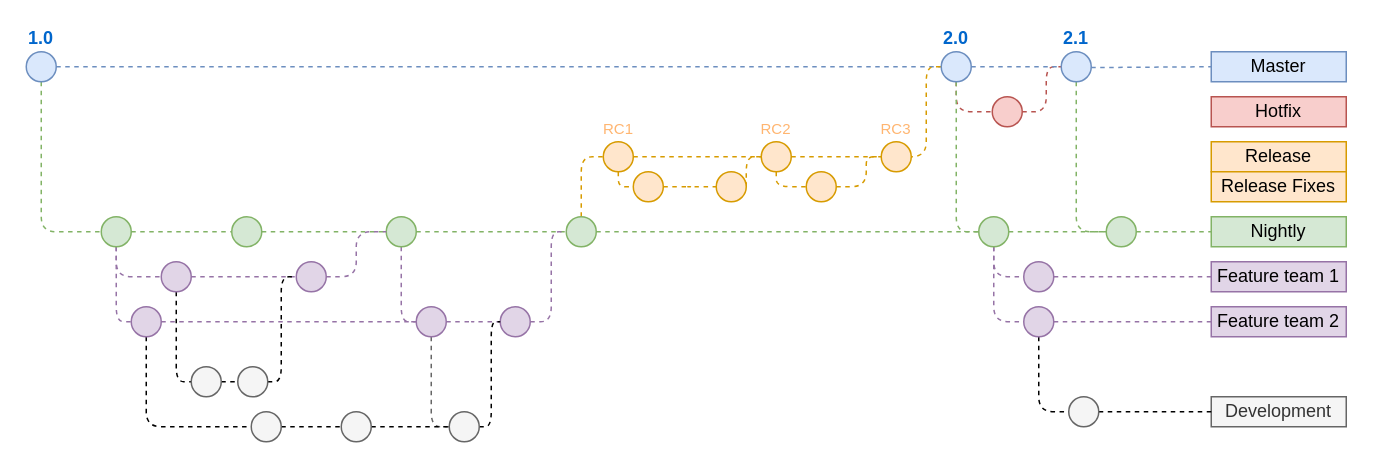
This is git图2.drawio from warmsheep/my-example, a draw.io file, before an edit. Source tidied: cells renumbered, new cells numbered last; positions are measured from the earlier drawing's top-left corner, leaving out a move shared by most shapes. Both pictures are drawn from the tidied source at 150%, with x=0, y=0 at pixel (26, 51).
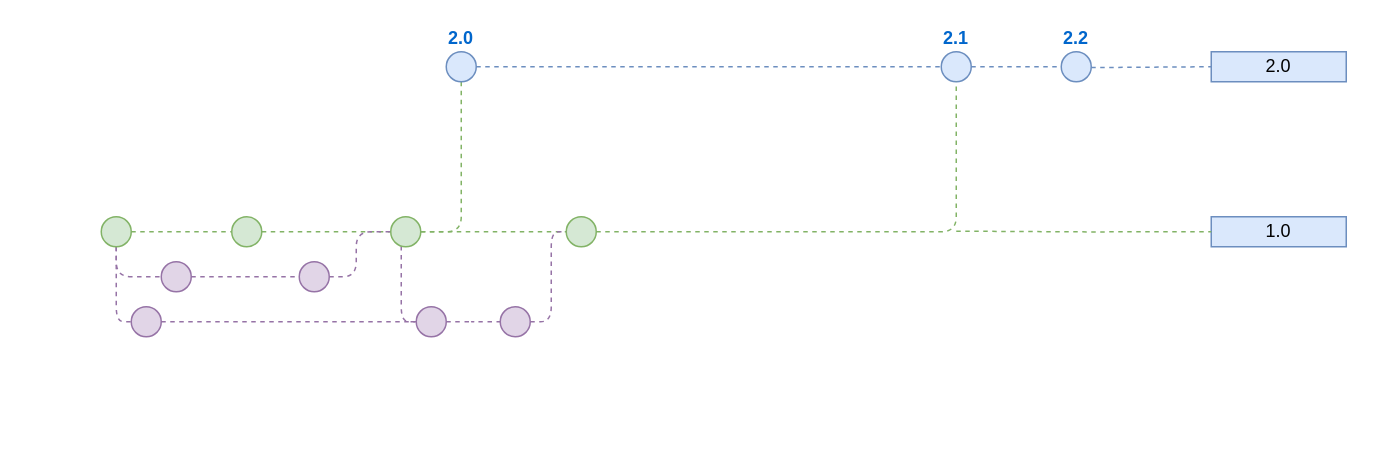
After the change.

The change refers to these unchanged cells:
```xml
<mxCell id="16" style="ellipse;whiteSpace=wrap;html=1;fillColor=#d5e8d4;strokeColor=#82b366;" parent="1" vertex="1">
  <mxGeometry x="50" y="110" width="20" height="20" as="geometry" />
</mxCell>
<mxCell id="24" style="ellipse;whiteSpace=wrap;html=1;fillColor=#d5e8d4;strokeColor=#82b366;" parent="1" vertex="1">
  <mxGeometry x="360" y="110" width="20" height="20" as="geometry" />
</mxCell>
<mxCell id="40" style="ellipse;whiteSpace=wrap;html=1;fontSize=10;fillColor=#e1d5e7;strokeColor=#9673a6;" parent="1" vertex="1">
  <mxGeometry x="70" y="170" width="20" height="20" as="geometry" />
</mxCell>
<mxCell id="43" style="ellipse;whiteSpace=wrap;html=1;fontSize=10;fillColor=#e1d5e7;strokeColor=#9673a6;" parent="1" vertex="1">
  <mxGeometry x="260" y="170" width="20" height="20" as="geometry" />
</mxCell>
<mxCell id="47" style="ellipse;whiteSpace=wrap;html=1;fontSize=10;fillColor=#e1d5e7;strokeColor=#9673a6;" parent="1" vertex="1">
  <mxGeometry x="316" y="170" width="20" height="20" as="geometry" />
</mxCell>
<mxCell id="80" style="ellipse;whiteSpace=wrap;html=1;fontSize=10;fillColor=#e1d5e7;strokeColor=#9673a6;" parent="1" vertex="1">
  <mxGeometry x="90" y="140" width="20" height="20" as="geometry" />
</mxCell>
```

The edit, as a diff of the source:
```diff
@@
-    <mxCell id="3" style="edgeStyle=orthogonalEdgeStyle;rounded=1;jettySize=auto;html=1;dashed=1;endArrow=none;endFill=0;fillColor=#d5e8d4;strokeColor=#82b366;" parent="1" edge="1" source="4" target="16">
+    <mxCell id="3" style="edgeStyle=orthogonalEdgeStyle;rounded=1;jettySize=auto;html=1;dashed=1;endArrow=none;endFill=0;fillColor=#d5e8d4;strokeColor=#82b366;entryX=1;entryY=0.5;entryDx=0;entryDy=0;exitX=0.5;exitY=1;exitDx=0;exitDy=0;" parent="1" edge="1" source="4" target="21">
       <mxGeometry relative="1" as="geometry">
         <Array as="points">
-          <mxPoint x="10" y="120" />
+          <mxPoint x="290" y="120" />
         </Array>
       </mxGeometry>
     </mxCell>
-    <mxCell id="4" value="1.0" style="ellipse;whiteSpace=wrap;html=1;fillColor=#dae8fc;strokeColor=#6c8ebf;fontStyle=1;labelPosition=center;verticalLabelPosition=top;align=center;verticalAlign=bottom;fontColor=#0066CC;" parent="1" vertex="1">
-      <mxGeometry width="20" height="20" as="geometry" />
+    <mxCell id="4" value="2.0" style="ellipse;whiteSpace=wrap;html=1;fillColor=#dae8fc;strokeColor=#6c8ebf;fontStyle=1;labelPosition=center;verticalLabelPosition=top;align=center;verticalAlign=bottom;fontColor=#0066CC;" parent="1" vertex="1">
+      <mxGeometry x="280" width="20" height="20" as="geometry" />
     </mxCell>
-    <mxCell id="5" value="Master" style="text;html=1;strokeColor=#6c8ebf;fillColor=#dae8fc;align=center;verticalAlign=middle;whiteSpace=wrap;rounded=0;" parent="1" vertex="1">
+    <mxCell id="5" value="2.0" style="text;html=1;strokeColor=#6c8ebf;fillColor=#dae8fc;align=center;verticalAlign=middle;whiteSpace=wrap;rounded=0;" parent="1" vertex="1">
       <mxGeometry x="790" width="90" height="20" as="geometry" />
     </mxCell>
-    <mxCell id="6" style="endArrow=none;dashed=1;html=1;fillColor=#f8cecc;strokeColor=#b85450;entryX=0;entryY=0.5;entryDx=0;entryDy=0;endFill=0;" parent="1" edge="1" source="8" target="9">
-      <mxGeometry relative="1" as="geometry">
-        <Array as="points">
-          <mxPoint x="680" y="40" />
-          <mxPoint x="680" y="10" />
-        </Array>
-      </mxGeometry>
-    </mxCell>
-    <mxCell id="7" style="edgeStyle=orthogonalEdgeStyle;rounded=1;jettySize=auto;html=1;dashed=1;endArrow=none;endFill=0;fontSize=12;fontColor=#FFB570;fillColor=#d5e8d4;strokeColor=#82b366;entryX=0;entryY=0.5;entryDx=0;entryDy=0;exitX=0.5;exitY=1;exitDx=0;exitDy=0;" parent="1" edge="1" source="9" target="70">
-      <mxGeometry relative="1" as="geometry">
-        <Array as="points">
-          <mxPoint x="700" y="120" />
-        </Array>
-      </mxGeometry>
-    </mxCell>
-    <mxCell id="8" style="ellipse;whiteSpace=wrap;html=1;fillColor=#f8cecc;strokeColor=#b85450;" parent="1" vertex="1">
-      <mxGeometry x="644" y="30" width="20" height="20" as="geometry" />
-    </mxCell>
-    <mxCell id="9" value="2.1" style="ellipse;whiteSpace=wrap;html=1;fillColor=#dae8fc;strokeColor=#6c8ebf;fontStyle=1;labelPosition=center;verticalLabelPosition=top;align=center;verticalAlign=bottom;fontColor=#0066CC;" parent="1" vertex="1">
+    <mxCell id="9" value="2.2" style="ellipse;whiteSpace=wrap;html=1;fillColor=#dae8fc;strokeColor=#6c8ebf;fontStyle=1;labelPosition=center;verticalLabelPosition=top;align=center;verticalAlign=bottom;fontColor=#0066CC;" parent="1" vertex="1">
       <mxGeometry x="690" width="20" height="20" as="geometry" />
     </mxCell>
@@
-    <mxCell id="11" style="edgeStyle=orthogonalEdgeStyle;rounded=1;jettySize=auto;html=1;fillColor=#f8cecc;strokeColor=#b85450;dashed=1;endArrow=none;endFill=0;" parent="1" edge="1" source="27" target="8">
-      <mxGeometry relative="1" as="geometry">
-        <Array as="points">
-          <mxPoint x="620" y="40" />
-        </Array>
-      </mxGeometry>
-    </mxCell>
-    <mxCell id="12" value="Hotfix" style="text;html=1;strokeColor=#b85450;fillColor=#f8cecc;align=center;verticalAlign=middle;whiteSpace=wrap;rounded=0;" parent="1" vertex="1">
-      <mxGeometry x="790" y="30" width="90" height="20" as="geometry" />
-    </mxCell>
-    <mxCell id="13" style="edgeStyle=orthogonalEdgeStyle;rounded=1;jettySize=auto;html=1;dashed=1;endArrow=none;endFill=0;fillColor=#d5e8d4;strokeColor=#82b366;" parent="1" edge="1" source="70" target="17">
-      <mxGeometry relative="1" as="geometry" />
-    </mxCell>
@@
-    <mxCell id="17" value="Nightly" style="text;html=1;strokeColor=#82b366;fillColor=#d5e8d4;align=center;verticalAlign=middle;whiteSpace=wrap;rounded=0;" parent="1" vertex="1">
-      <mxGeometry x="790" y="110" width="90" height="20" as="geometry" />
-    </mxCell>
@@
     <mxCell id="21" style="ellipse;whiteSpace=wrap;html=1;fillColor=#d5e8d4;strokeColor=#82b366;" parent="1" vertex="1">
-      <mxGeometry x="240" y="110" width="20" height="20" as="geometry" />
+      <mxGeometry x="243" y="110" width="20" height="20" as="geometry" />
     </mxCell>
@@
-    <mxCell id="23" style="edgeStyle=orthogonalEdgeStyle;rounded=1;jettySize=auto;html=1;dashed=1;endArrow=none;endFill=0;fontSize=10;fontColor=#FFB570;fillColor=#ffe6cc;strokeColor=#d79b00;" parent="1" edge="1" source="24" target="33">
-      <mxGeometry relative="1" as="geometry">
-        <Array as="points">
-          <mxPoint x="370" y="70" />
-        </Array>
-      </mxGeometry>
-    </mxCell>
@@
-    <mxCell id="26" style="edgeStyle=orthogonalEdgeStyle;rounded=1;jettySize=auto;html=1;entryX=0;entryY=0.5;entryDx=0;entryDy=0;dashed=1;fillColor=#d5e8d4;strokeColor=#82b366;endArrow=none;endFill=0;" parent="1" edge="1" source="27" target="67">
-      <mxGeometry relative="1" as="geometry">
-        <Array as="points">
-          <mxPoint x="620" y="120" />
-        </Array>
-      </mxGeometry>
-    </mxCell>
-    <mxCell id="27" value="2.0" style="ellipse;whiteSpace=wrap;html=1;fillColor=#dae8fc;strokeColor=#6c8ebf;fontStyle=1;labelPosition=center;verticalLabelPosition=top;align=center;verticalAlign=bottom;fontColor=#0066CC;" parent="1" vertex="1">
+    <mxCell id="27" value="2.1" style="ellipse;whiteSpace=wrap;html=1;fillColor=#dae8fc;strokeColor=#6c8ebf;fontStyle=1;labelPosition=center;verticalLabelPosition=top;align=center;verticalAlign=bottom;fontColor=#0066CC;" parent="1" vertex="1">
       <mxGeometry x="610" width="20" height="20" as="geometry" />
     </mxCell>
@@
-    <mxCell id="29" style="edgeStyle=orthogonalEdgeStyle;rounded=1;jettySize=auto;html=1;dashed=1;endArrow=none;endFill=0;fontSize=10;fontColor=#FFB570;fillColor=#ffe6cc;strokeColor=#d79b00;" parent="1" edge="1" source="31" target="27">
-      <mxGeometry relative="1" as="geometry">
-        <Array as="points">
-          <mxPoint x="600" y="70" />
-          <mxPoint x="600" y="10" />
-        </Array>
-      </mxGeometry>
-    </mxCell>
-    <mxCell id="30" style="edgeStyle=orthogonalEdgeStyle;rounded=1;jettySize=auto;html=1;dashed=1;endArrow=none;endFill=0;fontSize=12;fontColor=#FFB570;entryX=0;entryY=0.5;entryDx=0;entryDy=0;fillColor=#ffe6cc;strokeColor=#d79b00;" parent="1" edge="1" source="31" target="73">
-      <mxGeometry relative="1" as="geometry">
-        <Array as="points">
-          <mxPoint x="500" y="90" />
-        </Array>
-      </mxGeometry>
-    </mxCell>
-    <mxCell id="31" value="RC2" style="ellipse;whiteSpace=wrap;html=1;fontSize=10;labelPosition=center;verticalLabelPosition=top;align=center;verticalAlign=bottom;fillColor=#ffe6cc;strokeColor=#d79b00;fontColor=#FFB570;" parent="1" vertex="1">
-      <mxGeometry x="490" y="60" width="20" height="20" as="geometry" />
-    </mxCell>
-    <mxCell id="32" style="edgeStyle=orthogonalEdgeStyle;rounded=1;jettySize=auto;html=1;dashed=1;endArrow=none;endFill=0;fontSize=10;fontColor=#FFB570;fillColor=#ffe6cc;strokeColor=#d79b00;" parent="1" edge="1" source="33" target="31">
-      <mxGeometry relative="1" as="geometry" />
-    </mxCell>
-    <mxCell id="33" value="RC1" style="ellipse;whiteSpace=wrap;html=1;fontSize=10;labelPosition=center;verticalLabelPosition=top;align=center;verticalAlign=bottom;fillColor=#ffe6cc;strokeColor=#d79b00;fontColor=#FFB570;" parent="1" vertex="1">
-      <mxGeometry x="384.7" y="60" width="20" height="20" as="geometry" />
-    </mxCell>
-    <mxCell id="34" value="Release" style="text;html=1;strokeColor=#d79b00;fillColor=#ffe6cc;align=center;verticalAlign=middle;whiteSpace=wrap;rounded=0;fontSize=12;" parent="1" vertex="1">
-      <mxGeometry x="790" y="60" width="90" height="20" as="geometry" />
-    </mxCell>
@@
-    <mxCell id="36" style="edgeStyle=orthogonalEdgeStyle;rounded=1;jettySize=auto;html=1;dashed=1;endArrow=none;endFill=0;fontSize=12;fontColor=#FFB570;jumpStyle=arc;jumpSize=6;" parent="1" edge="1" source="80" target="45">
-      <mxGeometry relative="1" as="geometry">
-        <Array as="points">
-          <mxPoint x="100" y="220" />
-        </Array>
-      </mxGeometry>
-    </mxCell>
@@
     <mxCell id="38" style="ellipse;whiteSpace=wrap;html=1;fontSize=10;fillColor=#e1d5e7;strokeColor=#9673a6;" parent="1" vertex="1">
-      <mxGeometry x="180" y="140" width="20" height="20" as="geometry" />
+      <mxGeometry x="182" y="140" width="20" height="20" as="geometry" />
     </mxCell>
-    <mxCell id="39" style="edgeStyle=orthogonalEdgeStyle;rounded=1;jettySize=auto;html=1;dashed=1;endArrow=none;endFill=0;fontSize=12;fontColor=#FFB570;" parent="1" edge="1" source="40" target="54">
-      <mxGeometry relative="1" as="geometry">
-        <Array as="points">
-          <mxPoint x="80" y="250" />
-        </Array>
-      </mxGeometry>
-    </mxCell>
@@
-    <mxCell id="42" style="edgeStyle=orthogonalEdgeStyle;rounded=1;jettySize=auto;html=1;dashed=1;endArrow=none;endFill=0;fontSize=12;fontColor=#FFB570;fillColor=#f5f5f5;strokeColor=#666666;" parent="1" edge="1" source="43" target="58">
-      <mxGeometry relative="1" as="geometry">
-        <Array as="points">
-          <mxPoint x="270" y="250" />
-        </Array>
-      </mxGeometry>
-    </mxCell>
@@
-    <mxCell id="44" style="edgeStyle=orthogonalEdgeStyle;rounded=1;jettySize=auto;html=1;exitX=1;exitY=0.5;exitDx=0;exitDy=0;entryX=0;entryY=0.5;entryDx=0;entryDy=0;dashed=1;endArrow=none;endFill=0;fontSize=12;fontColor=#FFB570;" parent="1" edge="1" source="45" target="52">
-      <mxGeometry relative="1" as="geometry" />
-    </mxCell>
-    <mxCell id="45" style="ellipse;whiteSpace=wrap;html=1;fontSize=10;fontColor=#333333;fillColor=#f5f5f5;strokeColor=#666666;" parent="1" vertex="1">
-      <mxGeometry x="110" y="210" width="20" height="20" as="geometry" />
-    </mxCell>
@@
-    <mxCell id="48" style="edgeStyle=orthogonalEdgeStyle;rounded=1;jettySize=auto;html=1;dashed=1;endArrow=none;endFill=0;fillColor=#d5e8d4;strokeColor=#82b366;" parent="1" edge="1" source="24" target="67">
+    <mxCell id="48" style="edgeStyle=orthogonalEdgeStyle;rounded=1;jettySize=auto;html=1;dashed=1;endArrow=none;endFill=0;fillColor=#d5e8d4;strokeColor=#82b366;entryX=0.5;entryY=1;entryDx=0;entryDy=0;" parent="1" edge="1" source="24" target="27">
       <mxGeometry relative="1" as="geometry" />
     </mxCell>
-    <mxCell id="49" value="Feature team 1" style="text;html=1;strokeColor=#9673a6;fillColor=#e1d5e7;align=center;verticalAlign=middle;whiteSpace=wrap;rounded=0;" parent="1" vertex="1">
-      <mxGeometry x="790" y="140" width="90" height="20" as="geometry" />
-    </mxCell>
-    <mxCell id="50" value="Feature team 2" style="text;html=1;strokeColor=#9673a6;fillColor=#e1d5e7;align=center;verticalAlign=middle;whiteSpace=wrap;rounded=0;" parent="1" vertex="1">
-      <mxGeometry x="790" y="170" width="90" height="20" as="geometry" />
-    </mxCell>
-    <mxCell id="51" style="edgeStyle=orthogonalEdgeStyle;rounded=1;jettySize=auto;html=1;dashed=1;endArrow=none;endFill=0;fontSize=12;fontColor=#FFB570;jumpStyle=arc;entryX=0;entryY=0.5;entryDx=0;entryDy=0;" parent="1" edge="1" source="52" target="38">
-      <mxGeometry relative="1" as="geometry">
-        <Array as="points">
-          <mxPoint x="170" y="220" />
-          <mxPoint x="170" y="150" />
-        </Array>
-      </mxGeometry>
-    </mxCell>
-    <mxCell id="52" style="ellipse;whiteSpace=wrap;html=1;fontSize=10;fontColor=#333333;fillColor=#f5f5f5;strokeColor=#666666;" parent="1" vertex="1">
-      <mxGeometry x="141" y="210" width="20" height="20" as="geometry" />
-    </mxCell>
-    <mxCell id="53" style="edgeStyle=orthogonalEdgeStyle;rounded=1;jettySize=auto;html=1;dashed=1;endArrow=none;endFill=0;fontSize=12;fontColor=#FFB570;" parent="1" edge="1" source="54" target="56">
-      <mxGeometry relative="1" as="geometry" />
-    </mxCell>
-    <mxCell id="54" style="ellipse;whiteSpace=wrap;html=1;fontSize=10;fontColor=#333333;fillColor=#f5f5f5;strokeColor=#666666;" parent="1" vertex="1">
-      <mxGeometry x="150" y="240" width="20" height="20" as="geometry" />
-    </mxCell>
-    <mxCell id="55" style="edgeStyle=orthogonalEdgeStyle;rounded=1;jettySize=auto;html=1;dashed=1;endArrow=none;endFill=0;fontSize=12;fontColor=#FFB570;" parent="1" edge="1" source="56" target="58">
-      <mxGeometry relative="1" as="geometry" />
-    </mxCell>
-    <mxCell id="56" style="ellipse;whiteSpace=wrap;html=1;fontSize=10;fontColor=#333333;fillColor=#f5f5f5;strokeColor=#666666;" parent="1" vertex="1">
-      <mxGeometry x="210" y="240" width="20" height="20" as="geometry" />
-    </mxCell>
-    <mxCell id="57" style="edgeStyle=orthogonalEdgeStyle;rounded=1;jettySize=auto;html=1;dashed=1;endArrow=none;endFill=0;fontSize=12;fontColor=#FFB570;entryX=0;entryY=0.5;entryDx=0;entryDy=0;" parent="1" edge="1" source="58" target="47">
-      <mxGeometry relative="1" as="geometry">
-        <Array as="points">
-          <mxPoint x="310" y="250" />
-          <mxPoint x="310" y="180" />
-        </Array>
-      </mxGeometry>
-    </mxCell>
-    <mxCell id="58" style="ellipse;whiteSpace=wrap;html=1;fontSize=10;fontColor=#333333;fillColor=#f5f5f5;strokeColor=#666666;" parent="1" vertex="1">
-      <mxGeometry x="282" y="240" width="20" height="20" as="geometry" />
-    </mxCell>
-    <mxCell id="59" style="edgeStyle=orthogonalEdgeStyle;rounded=1;jettySize=auto;html=1;dashed=1;endArrow=none;endFill=0;fontSize=12;fontColor=#FFB570;fillColor=#ffe6cc;strokeColor=#d79b00;" parent="1" edge="1" source="60" target="63">
-      <mxGeometry relative="1" as="geometry" />
-    </mxCell>
-    <mxCell id="60" style="ellipse;whiteSpace=wrap;html=1;fontSize=10;fillColor=#ffe6cc;strokeColor=#d79b00;" parent="1" vertex="1">
-      <mxGeometry x="404.7" y="80" width="20" height="20" as="geometry" />
-    </mxCell>
-    <mxCell id="61" value="Development" style="text;html=1;strokeColor=#666666;fillColor=#f5f5f5;align=center;verticalAlign=middle;whiteSpace=wrap;rounded=0;fontColor=#333333;" parent="1" vertex="1">
-      <mxGeometry x="790" y="230" width="90" height="20" as="geometry" />
-    </mxCell>
-    <mxCell id="62" style="edgeStyle=orthogonalEdgeStyle;rounded=1;jettySize=auto;html=1;dashed=1;endArrow=none;endFill=0;fontSize=12;fontColor=#FFB570;fillColor=#ffe6cc;strokeColor=#d79b00;entryX=0;entryY=0.5;entryDx=0;entryDy=0;" parent="1" edge="1" source="63" target="31">
-      <mxGeometry relative="1" as="geometry">
-        <Array as="points">
-          <mxPoint x="480" y="90" />
-          <mxPoint x="480" y="70" />
-        </Array>
-      </mxGeometry>
-    </mxCell>
-    <mxCell id="63" style="ellipse;whiteSpace=wrap;html=1;fontSize=10;fillColor=#ffe6cc;strokeColor=#d79b00;" parent="1" vertex="1">
-      <mxGeometry x="460" y="80" width="20" height="20" as="geometry" />
-    </mxCell>
-    <mxCell id="64" style="edgeStyle=orthogonalEdgeStyle;rounded=1;jettySize=auto;html=1;dashed=1;endArrow=none;endFill=0;fontSize=12;fontColor=#FFB570;fillColor=#ffe6cc;strokeColor=#d79b00;" parent="1" edge="1" source="33" target="60">
-      <mxGeometry relative="1" as="geometry">
-        <Array as="points">
-          <mxPoint x="395" y="90" />
-        </Array>
-      </mxGeometry>
-    </mxCell>
-    <mxCell id="65" style="edgeStyle=orthogonalEdgeStyle;rounded=1;jettySize=auto;html=1;dashed=1;endArrow=none;endFill=0;fontSize=12;fontColor=#FFB570;fillColor=#e1d5e7;strokeColor=#9673a6;" parent="1" edge="1" source="67" target="76">
-      <mxGeometry relative="1" as="geometry">
-        <Array as="points">
-          <mxPoint x="645" y="150" />
-        </Array>
-      </mxGeometry>
-    </mxCell>
-    <mxCell id="66" style="edgeStyle=orthogonalEdgeStyle;rounded=1;jettySize=auto;html=1;dashed=1;endArrow=none;endFill=0;fontSize=12;fontColor=#FFB570;fillColor=#e1d5e7;strokeColor=#9673a6;" parent="1" edge="1" source="67" target="79">
-      <mxGeometry relative="1" as="geometry">
-        <Array as="points">
-          <mxPoint x="645" y="180" />
-        </Array>
-      </mxGeometry>
-    </mxCell>
-    <mxCell id="67" style="ellipse;whiteSpace=wrap;html=1;fontSize=10;fillColor=#d5e8d4;strokeColor=#82b366;" parent="1" vertex="1">
-      <mxGeometry x="635" y="110" width="20" height="20" as="geometry" />
-    </mxCell>
@@
-    <mxCell id="69" value="Release Fixes" style="text;html=1;strokeColor=#d79b00;fillColor=#ffe6cc;align=center;verticalAlign=middle;whiteSpace=wrap;rounded=0;fontSize=12;" parent="1" vertex="1">
-      <mxGeometry x="790" y="80" width="90" height="20" as="geometry" />
-    </mxCell>
-    <mxCell id="70" style="ellipse;whiteSpace=wrap;html=1;fontSize=12;fillColor=#d5e8d4;strokeColor=#82b366;" parent="1" vertex="1">
-      <mxGeometry x="720" y="110" width="20" height="20" as="geometry" />
-    </mxCell>
-    <mxCell id="71" style="edgeStyle=orthogonalEdgeStyle;rounded=1;jettySize=auto;html=1;dashed=1;endArrow=none;endFill=0;fillColor=#d5e8d4;strokeColor=#82b366;" parent="1" edge="1" source="67" target="70">
-      <mxGeometry relative="1" as="geometry" />
-    </mxCell>
-    <mxCell id="72" style="edgeStyle=orthogonalEdgeStyle;rounded=1;jettySize=auto;html=1;entryX=0;entryY=0.5;entryDx=0;entryDy=0;dashed=1;endArrow=none;endFill=0;fontSize=12;fontColor=#FFB570;fillColor=#ffe6cc;strokeColor=#d79b00;" parent="1" edge="1" source="73" target="74">
-      <mxGeometry relative="1" as="geometry" />
-    </mxCell>
-    <mxCell id="73" style="ellipse;whiteSpace=wrap;html=1;fontSize=10;fillColor=#ffe6cc;strokeColor=#d79b00;" parent="1" vertex="1">
-      <mxGeometry x="520" y="80" width="20" height="20" as="geometry" />
-    </mxCell>
-    <mxCell id="74" value="RC3" style="ellipse;whiteSpace=wrap;html=1;fontSize=10;fillColor=#ffe6cc;strokeColor=#d79b00;labelPosition=center;verticalLabelPosition=top;align=center;verticalAlign=bottom;fontColor=#FFB570;" parent="1" vertex="1">
-      <mxGeometry x="570" y="60" width="20" height="20" as="geometry" />
-    </mxCell>
-    <mxCell id="75" style="edgeStyle=orthogonalEdgeStyle;rounded=1;jettySize=auto;html=1;dashed=1;endArrow=none;endFill=0;fontSize=12;fontColor=#FFB570;fillColor=#e1d5e7;strokeColor=#9673a6;" parent="1" edge="1" source="76" target="49">
-      <mxGeometry relative="1" as="geometry" />
-    </mxCell>
-    <mxCell id="76" style="ellipse;whiteSpace=wrap;html=1;fontSize=12;fillColor=#e1d5e7;strokeColor=#9673a6;" parent="1" vertex="1">
-      <mxGeometry x="665" y="140" width="20" height="20" as="geometry" />
-    </mxCell>
-    <mxCell id="77" style="edgeStyle=orthogonalEdgeStyle;rounded=1;jettySize=auto;html=1;dashed=1;endArrow=none;endFill=0;fontSize=12;fontColor=#FFB570;fillColor=#e1d5e7;strokeColor=#9673a6;" parent="1" edge="1" source="79" target="50">
-      <mxGeometry relative="1" as="geometry" />
-    </mxCell>
-    <mxCell id="78" style="edgeStyle=orthogonalEdgeStyle;rounded=1;jettySize=auto;html=1;endArrow=none;endFill=0;dashed=1;" parent="1" edge="1" source="79" target="82">
-      <mxGeometry relative="1" as="geometry">
-        <Array as="points">
-          <mxPoint x="675" y="240" />
-        </Array>
-      </mxGeometry>
-    </mxCell>
-    <mxCell id="79" style="ellipse;whiteSpace=wrap;html=1;fontSize=12;fillColor=#e1d5e7;strokeColor=#9673a6;" parent="1" vertex="1">
-      <mxGeometry x="665" y="170" width="20" height="20" as="geometry" />
-    </mxCell>
@@
-    <mxCell id="81" style="edgeStyle=orthogonalEdgeStyle;rounded=1;jettySize=auto;html=1;dashed=1;endArrow=none;endFill=0;" parent="1" edge="1" source="82" target="61">
-      <mxGeometry relative="1" as="geometry" />
-    </mxCell>
-    <mxCell id="82" style="ellipse;whiteSpace=wrap;html=1;fontSize=10;fontColor=#333333;fillColor=#f5f5f5;strokeColor=#666666;" parent="1" vertex="1">
-      <mxGeometry x="695" y="230" width="20" height="20" as="geometry" />
-    </mxCell>
+    <mxCell id="83" value="1.0" style="text;html=1;strokeColor=#6c8ebf;fillColor=#dae8fc;align=center;verticalAlign=middle;whiteSpace=wrap;rounded=0;" parent="1" vertex="1">
+      <mxGeometry x="790" y="110" width="90" height="20" as="geometry" />
+    </mxCell>
+    <mxCell id="84" style="edgeStyle=orthogonalEdgeStyle;rounded=1;jettySize=auto;html=1;dashed=1;endArrow=none;endFill=0;fillColor=#d5e8d4;strokeColor=#82b366;entryX=0;entryY=0.5;entryDx=0;entryDy=0;" parent="1" edge="1" target="83">
+      <mxGeometry relative="1" as="geometry">
+        <mxPoint x="620" y="119.6" as="sourcePoint" />
+      </mxGeometry>
+    </mxCell>
```
